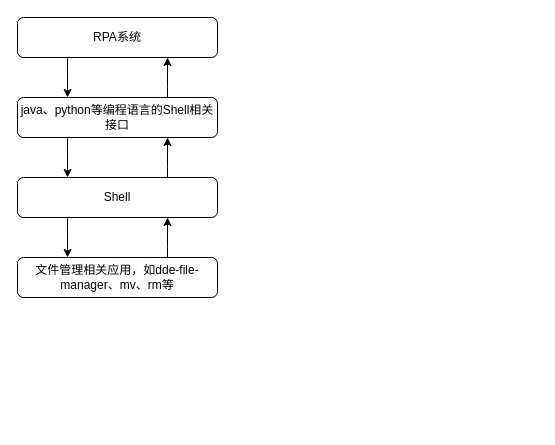
The draw.io diagram 【专利图】信创文件管理.drawio in ColonelDarcy2018/excelsior, before the edit. Source tidied: cells renumbered, new cells numbered last; positions are measured from the earlier drawing's top-left corner, leaving out a move shared by most shapes. Both pictures are drawn from the tidied source at 100%, with x=0, y=0 at pixel (17, 17).
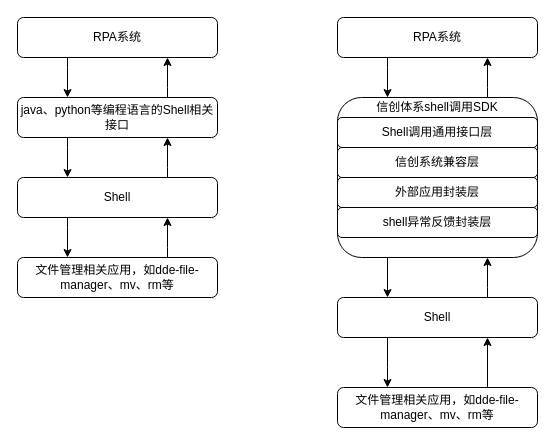
After the change.

Commit message (it also covers changes not shown here):
更新【专利图】信创文件管理.drawio

What changed in the source:
```diff
@@
+    <mxCell id="12" style="edgeStyle=orthogonalEdgeStyle;rounded=0;jettySize=auto;html=1;entryX=0.25;entryY=0;entryDx=0;entryDy=0;" parent="1" edge="1" source="13" target="16">
+      <mxGeometry relative="1" as="geometry">
+        <Array as="points">
+          <mxPoint x="370" y="50" />
+          <mxPoint x="370" y="50" />
+        </Array>
+      </mxGeometry>
+    </mxCell>
+    <mxCell id="13" value="RPA系统" style="rounded=1;whiteSpace=wrap;html=1;" parent="1" vertex="1">
+      <mxGeometry x="320" width="200" height="40" as="geometry" />
+    </mxCell>
+    <mxCell id="14" style="edgeStyle=orthogonalEdgeStyle;rounded=0;jettySize=auto;html=1;entryX=0.25;entryY=0;entryDx=0;entryDy=0;" parent="1" edge="1" source="16" target="19">
+      <mxGeometry relative="1" as="geometry">
+        <Array as="points">
+          <mxPoint x="370" y="130" />
+          <mxPoint x="370" y="130" />
+        </Array>
+      </mxGeometry>
+    </mxCell>
+    <mxCell id="15" style="edgeStyle=orthogonalEdgeStyle;rounded=0;jettySize=auto;html=1;entryX=0.75;entryY=1;entryDx=0;entryDy=0;" parent="1" edge="1" source="16" target="13">
+      <mxGeometry relative="1" as="geometry">
+        <Array as="points">
+          <mxPoint x="470" y="70" />
+          <mxPoint x="470" y="70" />
+        </Array>
+      </mxGeometry>
+    </mxCell>
+    <mxCell id="16" style="rounded=1;whiteSpace=wrap;html=1;" parent="1" vertex="1">
+      <mxGeometry x="320" y="80" width="200" height="160" as="geometry" />
+    </mxCell>
+    <mxCell id="17" style="edgeStyle=orthogonalEdgeStyle;rounded=0;jettySize=auto;html=1;entryX=0.25;entryY=0;entryDx=0;entryDy=0;" parent="1" edge="1" source="19" target="21">
+      <mxGeometry relative="1" as="geometry">
+        <Array as="points">
+          <mxPoint x="370" y="350" />
+          <mxPoint x="370" y="350" />
+        </Array>
+      </mxGeometry>
+    </mxCell>
+    <mxCell id="18" style="edgeStyle=orthogonalEdgeStyle;rounded=0;jettySize=auto;html=1;entryX=0.75;entryY=1;entryDx=0;entryDy=0;" parent="1" edge="1" source="19" target="16">
+      <mxGeometry relative="1" as="geometry">
+        <Array as="points">
+          <mxPoint x="470" y="270" />
+          <mxPoint x="470" y="270" />
+        </Array>
+      </mxGeometry>
+    </mxCell>
+    <mxCell id="19" value="Shell" style="rounded=1;whiteSpace=wrap;html=1;" parent="1" vertex="1">
+      <mxGeometry x="320" y="280" width="200" height="40" as="geometry" />
+    </mxCell>
+    <mxCell id="20" style="edgeStyle=orthogonalEdgeStyle;rounded=0;jettySize=auto;html=1;entryX=0.75;entryY=1;entryDx=0;entryDy=0;" parent="1" edge="1" source="21" target="19">
+      <mxGeometry relative="1" as="geometry">
+        <Array as="points">
+          <mxPoint x="470" y="370" />
+          <mxPoint x="470" y="370" />
+        </Array>
+      </mxGeometry>
+    </mxCell>
+    <mxCell id="21" value="文件管理相关应用，如dde-file-manager、mv、rm等" style="rounded=1;whiteSpace=wrap;html=1;" parent="1" vertex="1">
+      <mxGeometry x="320" y="370" width="200" height="40" as="geometry" />
+    </mxCell>
+    <mxCell id="22" value="Shell调用通用接口层" style="rounded=1;whiteSpace=wrap;html=1;" parent="1" vertex="1">
+      <mxGeometry x="320" y="100" width="200" height="30" as="geometry" />
+    </mxCell>
+    <mxCell id="23" value="信创系统兼容层" style="rounded=1;whiteSpace=wrap;html=1;" parent="1" vertex="1">
+      <mxGeometry x="320" y="130" width="200" height="30" as="geometry" />
+    </mxCell>
+    <mxCell id="24" value="shell异常反馈封装层" style="rounded=1;whiteSpace=wrap;html=1;" parent="1" vertex="1">
+      <mxGeometry x="320" y="190" width="200" height="30" as="geometry" />
+    </mxCell>
+    <mxCell id="25" value="外部应用封装层" style="rounded=1;whiteSpace=wrap;html=1;" parent="1" vertex="1">
+      <mxGeometry x="320" y="160" width="200" height="30" as="geometry" />
+    </mxCell>
+    <mxCell id="26" value="信创体系shell调用SDK" style="text;html=1;strokeColor=none;fillColor=none;align=center;verticalAlign=middle;whiteSpace=wrap;rounded=0;" parent="1" vertex="1">
+      <mxGeometry x="350" y="80" width="140" height="20" as="geometry" />
+    </mxCell>
```
